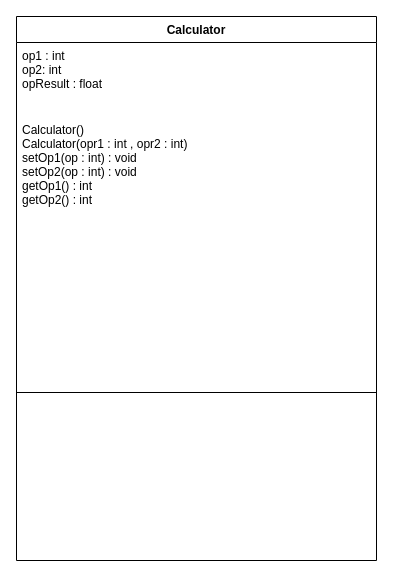
Before: Untitled Diagram.drawio in brunna-martins/OrientacaoAObjetos2022.1, a draw.io diagram. Source tidied: cells renumbered, new cells numbered last; positions are measured from the earlier drawing's top-left corner, leaving out a move shared by most shapes. Both pictures are drawn from the tidied source at 100%, with x=0, y=0 at pixel (16, 16).
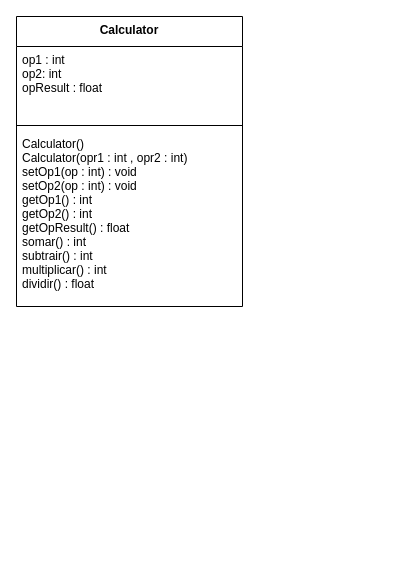
The same page after the edit.

Diff of the diagram source:
```diff
@@
 <mxGraphModel>
   <root>
     <mxCell id="0" />
     <mxCell id="1" parent="0" />
-    <mxCell id="2" value="Calculator" style="swimlane;fontStyle=1;align=center;verticalAlign=top;horizontal=1;startSize=26;" parent="1" vertex="1">
-      <mxGeometry width="360" height="544" as="geometry" />
+    <mxCell id="2" value="Calculator" style="swimlane;fontStyle=1;align=center;verticalAlign=top;horizontal=1;startSize=30;" parent="1" vertex="1">
+      <mxGeometry width="226" height="290" as="geometry" />
     </mxCell>
     <mxCell id="3" value="op1 : int&#10;op2: int&#10;opResult : float" style="text;strokeColor=none;fillColor=none;align=left;verticalAlign=top;spacingLeft=4;spacingRight=4;overflow=hidden;points=[[0,0.5],[1,0.5]];portConstraint=eastwest;" parent="2" vertex="1">
-      <mxGeometry y="26" width="360" height="74" as="geometry" />
+      <mxGeometry y="30" width="226" height="74" as="geometry" />
     </mxCell>
+    <mxCell id="5" style="line;strokeWidth=1;fillColor=none;align=left;verticalAlign=middle;spacingTop=-1;spacingLeft=3;spacingRight=3;labelPosition=right;" parent="2" vertex="1">
+      <mxGeometry y="104" width="226" height="10" as="geometry" />
+    </mxCell>
-    <mxCell id="4" value="Calculator()&#10;Calculator(opr1 : int , opr2 : int)&#10;setOp1(op : int) : void&#10;setOp2(op : int) : void&#10;getOp1() : int&#10;getOp2() : int&#10;&#10;&#10;" style="text;strokeColor=none;fillColor=none;align=left;verticalAlign=top;spacingLeft=4;spacingRight=4;overflow=hidden;" parent="2" vertex="1">
-      <mxGeometry y="100" width="360" height="108" as="geometry" />
+    <mxCell id="4" value="Calculator()&#10;Calculator(opr1 : int , opr2 : int)&#10;setOp1(op : int) : void&#10;setOp2(op : int) : void&#10;getOp1() : int&#10;getOp2() : int&#10;getOpResult() : float&#10;somar() : int&#10;subtrair() : int&#10;multiplicar() : int&#10;dividir() : float&#10;&#10;&#10;&#10;" style="text;strokeColor=none;fillColor=none;align=left;verticalAlign=top;spacingLeft=4;spacingRight=4;overflow=hidden;" parent="2" vertex="1">
+      <mxGeometry y="114" width="226" height="176" as="geometry" />
     </mxCell>
-    <mxCell id="5" style="line;strokeWidth=1;fillColor=none;align=left;verticalAlign=middle;spacingTop=-1;spacingLeft=3;spacingRight=3;labelPosition=right;" parent="2" vertex="1">
-      <mxGeometry y="208" width="360" height="336" as="geometry" />
-    </mxCell>
+    <mxCell id="6" style="edgeStyle=orthogonalEdgeStyle;rounded=0;orthogonalLoop=1;jettySize=auto;html=1;exitX=1;exitY=0.5;exitDx=0;exitDy=0;" parent="2" edge="1" source="3" target="3">
+      <mxGeometry relative="1" as="geometry" />
+    </mxCell>
   </root>
 </mxGraphModel>
```
